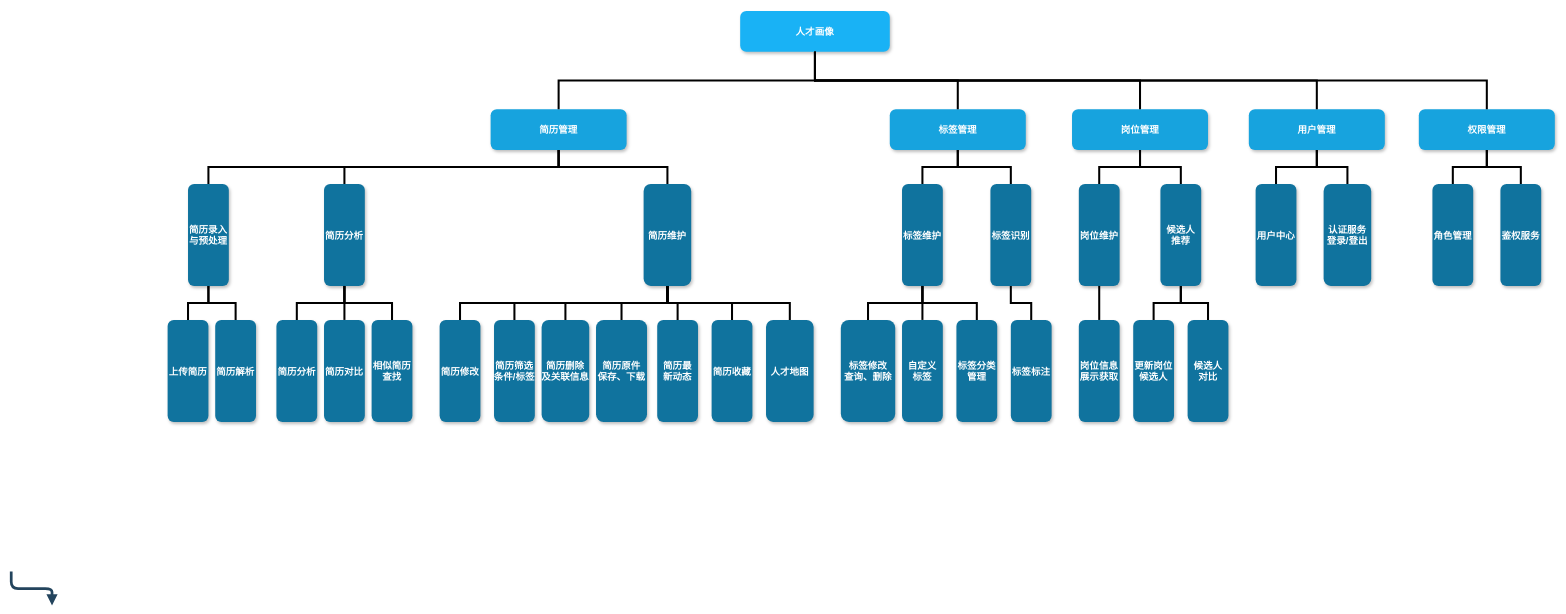
This is 未命名绘图.drawio from beyondgogogo/Graph, a draw.io file, before an edit. Source tidied: cells renumbered, new cells numbered last; positions are measured from the earlier drawing's top-left corner, leaving out a move shared by most shapes. Both pictures are drawn from the tidied source at 68%, with x=0, y=0 at pixel (11, 11).
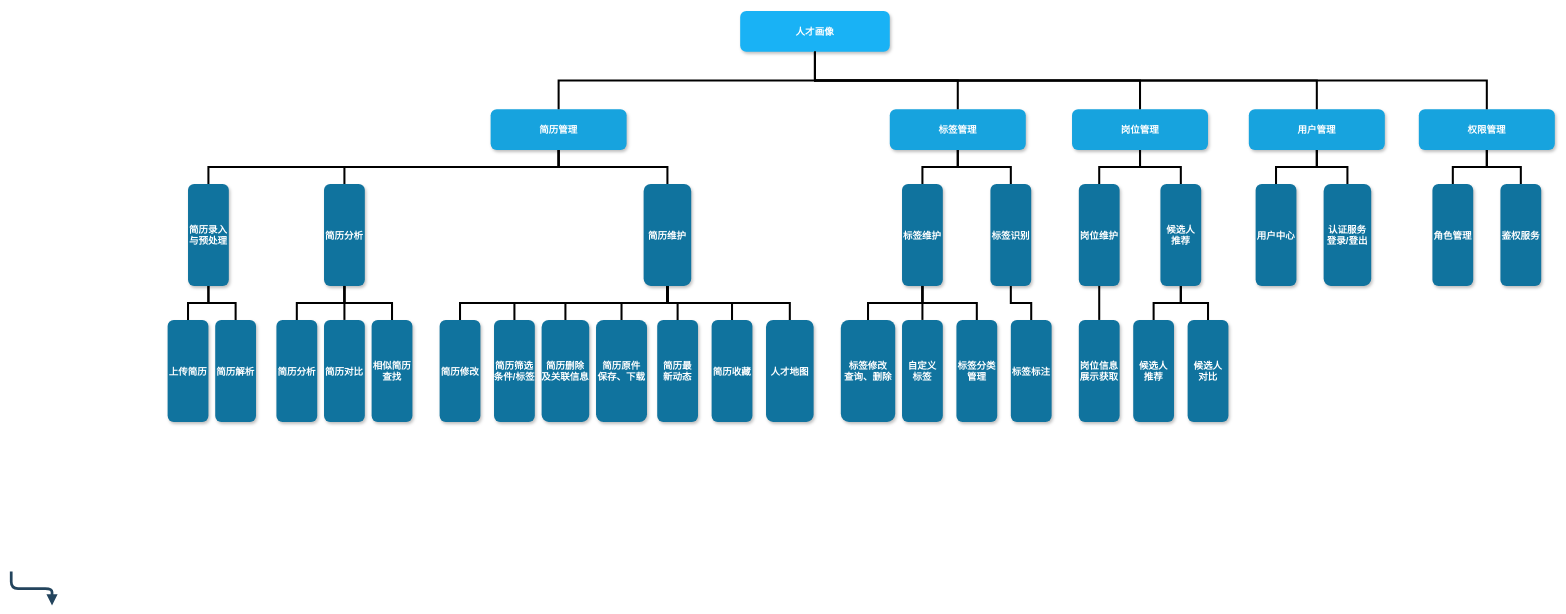
After the change.

Commit message:
更新未命名绘图.drawio

What changed in the source:
```diff
@@
-    <mxCell id="29" value="更新岗位&#10;候选人" style="rounded=1;fillColor=#10739E;strokeColor=none;shadow=1;gradientColor=none;fontStyle=1;fontColor=#FFFFFF;fontSize=14;" parent="1" vertex="1">
+    <mxCell id="29" value="候选人&#10;推荐" style="rounded=1;fillColor=#10739E;strokeColor=none;shadow=1;gradientColor=none;fontStyle=1;fontColor=#FFFFFF;fontSize=14;" parent="1" vertex="1">
       <mxGeometry x="1650" y="454" width="60" height="150" as="geometry" />
     </mxCell>
```
